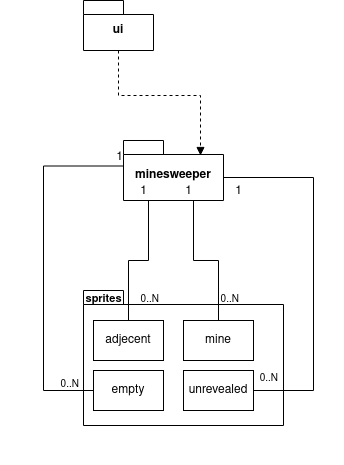
This is dokumentaatio/kuvat/arkkitehtuuri-pakkaus-luokat.png from xelmas/ot-miinaharava, a draw.io export, as it was before one commit. Source tidied: cells renumbered, new cells last; positions are measured from the earlier drawing's top-left corner, leaving out a move shared by most shapes.
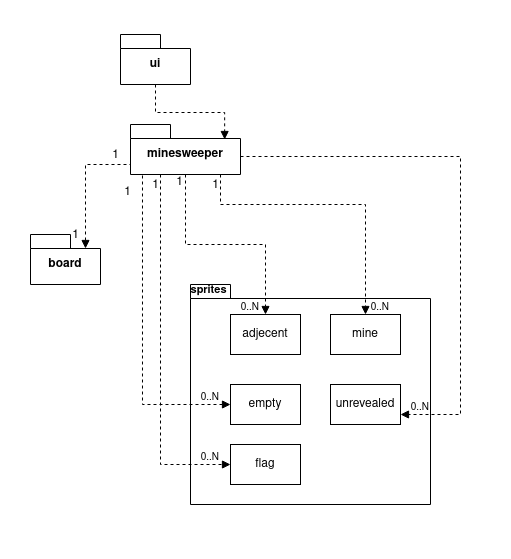
Later version of the same file.

Diff of the diagram source:
```diff
@@ -3,97 +3,140 @@
     <mxCell id="0" />
     <mxCell id="1" parent="0" />
     <mxCell id="2" value="ui" style="shape=folder;fontStyle=1;spacingTop=10;tabWidth=40;tabHeight=14;tabPosition=left;html=1;whiteSpace=wrap;" parent="1" vertex="1">
-      <mxGeometry x="80" width="70" height="50" as="geometry" />
+      <mxGeometry x="110" y="-60" width="70" height="50" as="geometry" />
     </mxCell>
     <mxCell id="3" value="minesweeper" style="shape=folder;fontStyle=1;spacingTop=10;tabWidth=40;tabHeight=14;tabPosition=left;html=1;whiteSpace=wrap;" parent="1" vertex="1">
-      <mxGeometry x="120" y="140" width="100" height="60" as="geometry" />
+      <mxGeometry x="120" y="30" width="110" height="50" as="geometry" />
     </mxCell>
+    <mxCell id="26" style="shape=folder;fontStyle=1;spacingTop=10;tabWidth=40;tabHeight=14;tabPosition=left;html=1;whiteSpace=wrap;" parent="1" vertex="1">
+      <mxGeometry x="180" y="190" width="240" height="220" as="geometry" />
+    </mxCell>
+    <mxCell id="27" value="board" style="shape=folder;fontStyle=1;spacingTop=10;tabWidth=40;tabHeight=14;tabPosition=left;html=1;whiteSpace=wrap;" parent="1" vertex="1">
+      <mxGeometry x="20" y="140" width="70" height="50" as="geometry" />
+    </mxCell>
-    <mxCell id="4" style="endArrow=block;dashed=1;endFill=1;html=1;rounded=0;exitX=0.5;exitY=1;exitDx=0;exitDy=0;exitPerimeter=0;edgeStyle=orthogonalEdgeStyle;entryX=0.77;entryY=0.25;entryDx=0;entryDy=0;entryPerimeter=0;" parent="1" edge="1" source="2" target="3">
-      <mxGeometry relative="1" as="geometry" />
+    <mxCell id="4" value="dispatch" style="verticalAlign=bottom;endArrow=block;edgeStyle=elbowEdgeStyle;elbow=vertical;curved=0;rounded=0;fontColor=none;html=1;labelBackgroundColor=none;noLabel=1;dashed=1;entryX=0.856;entryY=0.3;entryDx=0;entryDy=0;entryPerimeter=0;" parent="1" edge="1" source="2" target="3">
+      <mxGeometry x="0.01" relative="1" as="geometry" />
     </mxCell>
-    <mxCell id="5" style="shape=folder;fontStyle=1;spacingTop=10;tabWidth=40;tabHeight=14;tabPosition=left;html=1;whiteSpace=wrap;" parent="1" vertex="1">
-      <mxGeometry x="80" y="290" width="200" height="135" as="geometry" />
-    </mxCell>
+    <mxCell id="28" value="dispatch" style="verticalAlign=bottom;endArrow=block;edgeStyle=elbowEdgeStyle;elbow=vertical;curved=0;rounded=0;fontColor=none;html=1;labelBackgroundColor=none;noLabel=1;dashed=1;entryX=0;entryY=0;entryDx=55;entryDy=14;entryPerimeter=0;exitX=0;exitY=0;exitDx=0;exitDy=32;exitPerimeter=0;" parent="1" edge="1" source="3" target="27">
+      <mxGeometry x="0.01" relative="1" as="geometry">
+        <Array as="points">
+          <mxPoint x="90" y="70" />
+        </Array>
+      </mxGeometry>
+    </mxCell>
+    <mxCell id="29" value="dispatch" style="verticalAlign=bottom;endArrow=block;edgeStyle=elbowEdgeStyle;elbow=vertical;curved=0;rounded=0;fontColor=none;html=1;labelBackgroundColor=none;noLabel=1;dashed=1;entryX=0.5;entryY=0;entryDx=0;entryDy=0;" parent="1" edge="1" source="3" target="7">
+      <mxGeometry x="0.01" relative="1" as="geometry" />
+    </mxCell>
+    <mxCell id="30" value="&lt;div&gt;&amp;nbsp;&lt;/div&gt;&lt;div&gt;&lt;br&gt;&lt;/div&gt;" style="text;html=1;strokeColor=none;fillColor=none;align=center;verticalAlign=middle;whiteSpace=wrap;rounded=0;" parent="1" vertex="1">
+      <mxGeometry x="270" y="100" width="20" height="20" as="geometry" />
+    </mxCell>
+    <mxCell id="31" value="&lt;div&gt;&amp;nbsp;&lt;/div&gt;&lt;div&gt;&lt;br&gt;&lt;/div&gt;" style="text;html=1;strokeColor=none;fillColor=none;align=center;verticalAlign=middle;whiteSpace=wrap;rounded=0;" parent="1" vertex="1">
+      <mxGeometry x="30" y="100" width="20" height="20" as="geometry" />
+    </mxCell>
+    <mxCell id="32" value="&lt;div&gt;&amp;nbsp;&lt;/div&gt;&lt;div&gt;&lt;br&gt;&lt;/div&gt;" style="text;html=1;strokeColor=none;fillColor=none;align=center;verticalAlign=middle;whiteSpace=wrap;rounded=0;" parent="1" vertex="1">
+      <mxGeometry x="160" y="260" width="20" height="20" as="geometry" />
+    </mxCell>
+    <mxCell id="33" value="&lt;div&gt;&amp;nbsp;&lt;/div&gt;&lt;div&gt;&lt;br&gt;&lt;/div&gt;" style="text;html=1;strokeColor=none;fillColor=none;align=center;verticalAlign=middle;whiteSpace=wrap;rounded=0;" parent="1" vertex="1">
+      <mxGeometry x="120" y="-50" width="20" height="20" as="geometry" />
+    </mxCell>
+    <mxCell id="7" value="adjecent" style="html=1;whiteSpace=wrap;" parent="1" vertex="1">
+      <mxGeometry x="220" y="220" width="70" height="40" as="geometry" />
+    </mxCell>
+    <mxCell id="9" value="mine" style="html=1;whiteSpace=wrap;" parent="1" vertex="1">
+      <mxGeometry x="320" y="220" width="70" height="40" as="geometry" />
+    </mxCell>
+    <mxCell id="8" value="&lt;div&gt;empty&lt;/div&gt;" style="html=1;whiteSpace=wrap;" parent="1" vertex="1">
+      <mxGeometry x="220" y="290" width="70" height="40" as="geometry" />
+    </mxCell>
+    <mxCell id="34" value="flag" style="html=1;whiteSpace=wrap;" parent="1" vertex="1">
+      <mxGeometry x="220" y="350" width="70" height="40" as="geometry" />
+    </mxCell>
+    <mxCell id="10" value="unrevealed" style="html=1;whiteSpace=wrap;" parent="1" vertex="1">
+      <mxGeometry x="320" y="290" width="70" height="40" as="geometry" />
+    </mxCell>
+    <mxCell id="35" value="dispatch" style="verticalAlign=bottom;endArrow=block;edgeStyle=elbowEdgeStyle;elbow=vertical;curved=0;rounded=0;fontColor=none;html=1;labelBackgroundColor=none;noLabel=1;dashed=1;entryX=0.5;entryY=0;entryDx=0;entryDy=0;" parent="1" edge="1" target="9">
+      <mxGeometry x="0.01" relative="1" as="geometry">
+        <mxPoint x="210" y="80" as="sourcePoint" />
+        <Array as="points">
+          <mxPoint x="260" y="110" />
+          <mxPoint x="260" y="60" />
+        </Array>
+      </mxGeometry>
+    </mxCell>
+    <mxCell id="36" value="dispatch" style="verticalAlign=bottom;endArrow=block;edgeStyle=elbowEdgeStyle;elbow=vertical;curved=0;rounded=0;fontColor=none;html=1;labelBackgroundColor=none;noLabel=1;dashed=1;exitX=0.109;exitY=1.02;exitDx=0;exitDy=0;exitPerimeter=0;entryX=0;entryY=0.5;entryDx=0;entryDy=0;" parent="1" edge="1" source="3" target="8">
+      <mxGeometry x="0.01" relative="1" as="geometry">
+        <Array as="points">
+          <mxPoint x="140" y="310" />
+        </Array>
+      </mxGeometry>
+    </mxCell>
+    <mxCell id="37" value="dispatch" style="verticalAlign=bottom;endArrow=block;edgeStyle=elbowEdgeStyle;elbow=vertical;curved=0;rounded=0;fontColor=none;html=1;labelBackgroundColor=none;noLabel=1;dashed=1;entryX=0;entryY=0.5;entryDx=0;entryDy=0;" parent="1" edge="1" source="3" target="34">
+      <mxGeometry x="0.01" relative="1" as="geometry">
+        <Array as="points">
+          <mxPoint x="150" y="370" />
+        </Array>
+      </mxGeometry>
+    </mxCell>
+    <mxCell id="11" value="dispatch" style="verticalAlign=bottom;endArrow=block;edgeStyle=elbowEdgeStyle;elbow=vertical;curved=0;rounded=0;fontColor=none;html=1;labelBackgroundColor=none;noLabel=1;dashed=1;exitX=0;exitY=0;exitDx=110;exitDy=32;exitPerimeter=0;entryX=1;entryY=0.75;entryDx=0;entryDy=0;" parent="1" edge="1" source="3" target="10">
+      <mxGeometry x="0.01" relative="1" as="geometry">
+        <Array as="points">
+          <mxPoint x="450" y="140" />
+          <mxPoint x="270" y="120" />
+          <mxPoint x="270" y="70" />
+        </Array>
+      </mxGeometry>
+    </mxCell>
     <mxCell id="6" value="sprites" style="text;align=center;fontStyle=1;verticalAlign=middle;spacingLeft=3;spacingRight=3;strokeColor=none;html=1;fontSize=11;" parent="1" vertex="1">
-      <mxGeometry x="60" y="290" width="80" height="16" as="geometry" />
+      <mxGeometry x="175" y="190" width="45" height="10" as="geometry" />
     </mxCell>
-    <mxCell id="7" value="adjecent" style="html=1;whiteSpace=wrap;" parent="1" vertex="1">
-      <mxGeometry x="90" y="320" width="70" height="40" as="geometry" />
-    </mxCell>
-    <mxCell id="8" value="empty" style="html=1;whiteSpace=wrap;" parent="1" vertex="1">
-      <mxGeometry x="90" y="370" width="70" height="40" as="geometry" />
-    </mxCell>
-    <mxCell id="9" value="mine" style="html=1;whiteSpace=wrap;" parent="1" vertex="1">
-      <mxGeometry x="180" y="320" width="70" height="40" as="geometry" />
-    </mxCell>
-    <mxCell id="10" value="unrevealed" style="html=1;whiteSpace=wrap;" parent="1" vertex="1">
-      <mxGeometry x="180" y="370" width="70" height="40" as="geometry" />
-    </mxCell>
-    <mxCell id="11" style="endArrow=none;html=1;rounded=0;edgeStyle=orthogonalEdgeStyle;exitX=0;exitY=0;exitDx=100;exitDy=37;exitPerimeter=0;entryX=1;entryY=0.5;entryDx=0;entryDy=0;" parent="1" edge="1" source="3" target="10">
-      <mxGeometry relative="1" as="geometry">
-        <Array as="points">
-          <mxPoint x="310" y="177" />
-          <mxPoint x="310" y="390" />
-        </Array>
-      </mxGeometry>
-    </mxCell>
-    <mxCell id="12" value="1" style="html=1;whiteSpace=wrap;align=right;verticalAlign=bottom;" parent="11" vertex="1">
-      <mxGeometry x="1" relative="1" as="geometry">
-        <mxPoint x="-10" y="-190" as="offset" />
-      </mxGeometry>
-    </mxCell>
-    <mxCell id="13" value="&lt;font style=&quot;font-size: 10px;&quot;&gt;&amp;nbsp; &lt;span style=&quot;white-space: pre;&quot;&gt;&#9;&lt;/span&gt;0..N&lt;/font&gt;" style="html=1;whiteSpace=wrap;align=right;verticalAlign=bottom;" parent="1" vertex="1">
-      <mxGeometry x="260" y="210" as="geometry">
-        <mxPoint x="16" y="177" as="offset" />
-      </mxGeometry>
-    </mxCell>
-    <mxCell id="14" value="&amp;nbsp; &lt;span style=&quot;font-size: 10px;&quot;&gt;&#9;&lt;/span&gt;0..N" style="text;whiteSpace=wrap;html=1;fontSize=10;" parent="1" vertex="1">
-      <mxGeometry x="210" y="286" width="40" height="20" as="geometry" />
-    </mxCell>
-    <mxCell id="15" style="endArrow=none;html=1;rounded=0;edgeStyle=orthogonalEdgeStyle;entryX=0;entryY=0;entryDx=0;entryDy=25.5;entryPerimeter=0;" parent="1" edge="1" source="8" target="3">
-      <mxGeometry relative="1" as="geometry">
-        <Array as="points">
-          <mxPoint x="40" y="390" />
-          <mxPoint x="40" y="166" />
-        </Array>
-      </mxGeometry>
-    </mxCell>
-    <mxCell id="16" value="1" style="html=1;whiteSpace=wrap;align=right;verticalAlign=bottom;" parent="15" vertex="1">
-      <mxGeometry x="1" relative="1" as="geometry" />
-    </mxCell>
-    <mxCell id="17" value="&lt;font style=&quot;font-size: 10px;&quot;&gt;&amp;nbsp; &lt;span style=&quot;&quot;&gt;&#9;&lt;/span&gt;0..N&lt;/font&gt;" style="text;whiteSpace=wrap;html=1;" parent="1" vertex="1">
-      <mxGeometry x="50" y="370" width="30" height="20" as="geometry" />
-    </mxCell>
-    <mxCell id="18" style="endArrow=none;html=1;rounded=0;strokeColor=default;edgeStyle=orthogonalEdgeStyle;entryX=0.25;entryY=1;entryDx=0;entryDy=0;entryPerimeter=0;" parent="1" edge="1" source="7" target="3">
-      <mxGeometry relative="1" as="geometry" />
-    </mxCell>
-    <mxCell id="19" value="1" style="html=1;whiteSpace=wrap;align=right;verticalAlign=bottom;" parent="18" vertex="1">
-      <mxGeometry x="1" relative="1" as="geometry" />
-    </mxCell>
-    <mxCell id="20" style="endArrow=none;html=1;rounded=0;strokeColor=default;edgeStyle=orthogonalEdgeStyle;exitX=0.75;exitY=0;exitDx=0;exitDy=0;" parent="1" edge="1" source="9">
-      <mxGeometry relative="1" as="geometry">
-        <mxPoint x="190" y="200" as="targetPoint" />
-        <Array as="points">
-          <mxPoint x="215" y="320" />
-          <mxPoint x="215" y="260" />
-          <mxPoint x="190" y="260" />
-        </Array>
-      </mxGeometry>
-    </mxCell>
-    <mxCell id="21" value="1" style="html=1;whiteSpace=wrap;align=right;verticalAlign=bottom;" parent="20" vertex="1">
-      <mxGeometry x="1" relative="1" as="geometry" />
-    </mxCell>
-    <mxCell id="22" value="&amp;nbsp; &lt;span style=&quot;font-size: 10px;&quot;&gt;&#9;&lt;/span&gt;0..N" style="text;whiteSpace=wrap;html=1;fontSize=10;" parent="1" vertex="1">
-      <mxGeometry x="130" y="286" width="40" height="20" as="geometry" />
-    </mxCell>
-    <mxCell id="23" value="&amp;nbsp;" style="text;strokeColor=none;fillColor=none;html=1;fontSize=24;fontStyle=1;verticalAlign=middle;align=center;" parent="1" vertex="1">
-      <mxGeometry x="320" y="240" width="20" height="40" as="geometry" />
-    </mxCell>
-    <mxCell id="24" value="&amp;nbsp;" style="text;strokeColor=none;fillColor=none;html=1;fontSize=24;fontStyle=1;verticalAlign=middle;align=center;" parent="1" vertex="1">
-      <mxGeometry y="240" height="40" as="geometry" />
-    </mxCell>
-    <mxCell id="25" value="&amp;nbsp;" style="text;strokeColor=none;fillColor=none;html=1;fontSize=24;fontStyle=1;verticalAlign=middle;align=center;" parent="1" vertex="1">
-      <mxGeometry x="150" y="440" width="40" height="20" as="geometry" />
-    </mxCell>
+    <mxCell id="38" value="1" style="html=1;whiteSpace=wrap;align=right;verticalAlign=bottom;" parent="1" vertex="1">
+      <mxGeometry x="110" y="70" as="geometry" />
+    </mxCell>
+    <mxCell id="39" value="1" style="html=1;whiteSpace=wrap;align=right;verticalAlign=bottom;" parent="1" vertex="1">
+      <mxGeometry x="70" y="150" as="geometry" />
+    </mxCell>
+    <mxCell id="40" value="1" style="html=1;whiteSpace=wrap;align=right;verticalAlign=bottom;" parent="1" vertex="1">
+      <mxGeometry x="150" y="100" as="geometry" />
+    </mxCell>
+    <mxCell id="41" value="0..N" style="html=1;whiteSpace=wrap;align=right;verticalAlign=bottom;fontSize=10;" parent="1" vertex="1">
+      <mxGeometry x="250" y="220" as="geometry" />
+    </mxCell>
+    <mxCell id="42" value="0..N" style="html=1;whiteSpace=wrap;align=right;verticalAlign=bottom;fontSize=10;" parent="1" vertex="1">
+      <mxGeometry x="380" y="220" as="geometry" />
+    </mxCell>
+    <mxCell id="43" value="0..N" style="html=1;whiteSpace=wrap;align=right;verticalAlign=bottom;fontSize=10;" parent="1" vertex="1">
+      <mxGeometry x="420" y="320" as="geometry" />
+    </mxCell>
+    <mxCell id="44" value="0..N" style="html=1;whiteSpace=wrap;align=right;verticalAlign=bottom;fontSize=10;" parent="1" vertex="1">
+      <mxGeometry x="210" y="310" as="geometry" />
+    </mxCell>
+    <mxCell id="45" value="0..N" style="html=1;whiteSpace=wrap;align=right;verticalAlign=bottom;fontSize=10;" parent="1" vertex="1">
+      <mxGeometry x="210" y="370" as="geometry" />
+    </mxCell>
+    <mxCell id="46" value="1" style="html=1;whiteSpace=wrap;align=right;verticalAlign=bottom;" parent="1" vertex="1">
+      <mxGeometry x="190" y="510" as="geometry">
+        <mxPoint x="-68" y="-403" as="offset" />
+      </mxGeometry>
+    </mxCell>
+    <mxCell id="47" value="1" style="html=1;whiteSpace=wrap;align=right;verticalAlign=bottom;" parent="1" vertex="1">
+      <mxGeometry x="197.5" y="510" as="geometry">
+        <mxPoint x="-24" y="-413" as="offset" />
+      </mxGeometry>
+    </mxCell>
+    <mxCell id="48" value="1" style="html=1;whiteSpace=wrap;align=right;verticalAlign=bottom;" parent="1" vertex="1">
+      <mxGeometry x="210" y="100" as="geometry" />
+    </mxCell>
+    <mxCell id="49" value="&lt;div&gt;&amp;nbsp;&lt;/div&gt;&lt;div&gt;&lt;br&gt;&lt;/div&gt;" style="text;html=1;strokeColor=none;fillColor=none;align=center;verticalAlign=middle;whiteSpace=wrap;rounded=0;" parent="1" vertex="1">
+      <mxGeometry x="280" y="440" width="20" height="20" as="geometry" />
+    </mxCell>
+    <mxCell id="50" value="&lt;div&gt;&amp;nbsp;&lt;/div&gt;&lt;div&gt;&lt;br&gt;&lt;/div&gt;" style="text;html=1;strokeColor=none;fillColor=none;align=center;verticalAlign=middle;whiteSpace=wrap;rounded=0;" parent="1" vertex="1">
+      <mxGeometry x="480" y="190" width="20" height="20" as="geometry" />
+    </mxCell>
+    <mxCell id="51" value="&lt;div&gt;&amp;nbsp;&lt;/div&gt;&lt;div&gt;&lt;br&gt;&lt;/div&gt;" style="text;html=1;strokeColor=none;fillColor=none;align=center;verticalAlign=middle;whiteSpace=wrap;rounded=0;" parent="1" vertex="1">
+      <mxGeometry x="-10" y="150" width="20" height="20" as="geometry" />
+    </mxCell>
+    <mxCell id="52" value="&lt;div&gt;&amp;nbsp;&lt;/div&gt;&lt;div&gt;&lt;br&gt;&lt;/div&gt;" style="text;html=1;strokeColor=none;fillColor=none;align=center;verticalAlign=middle;whiteSpace=wrap;rounded=0;" parent="1" vertex="1">
+      <mxGeometry x="120" y="-90" width="20" height="20" as="geometry" />
+    </mxCell>
   </root>
 </mxGraphModel>
```
